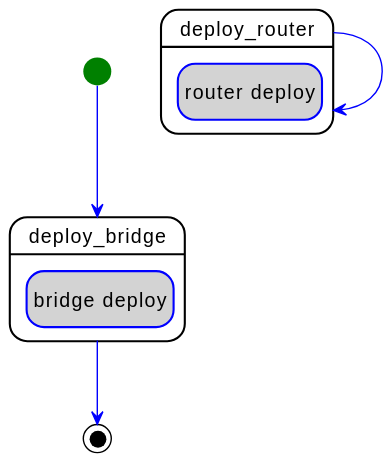
Earlier version of the PlantUML export examples/tosca-community-contributions/diagrams/uml2/examples-1.3-turandot-telephony-network-service-simple-data-plane-simple-data-plane-parallel_deploy-workflow-diagram.svg (Orange-OpenSource/Cloudnet-TOSCA-toolbox). The source it was exported from:
```plantuml
@startuml
hide empty description
skinparam shadowing false
skinparam state {
  ArrowColor blue
  BorderColor blue
  EndColor black
  StartColor green
  BackGroundColor<< step >> white
  BorderColor<< step >> black
  BackGroundColor<< delegate >> lightgrey
  BackGroundColor<< set_state >> white
  BackGroundColor<< call_operation >> lightblue
  BackGroundColor<< inline >> white
}
skinparam ActivityBarColor<<fork>> DarkGreen
skinparam ActivityBarColor<<join>> DarkOrange

state "deploy_router" as step_parallel_deploy_deploy_router << step >> {
  state "router deploy" as step_parallel_deploy_deploy_router_router_deploy << delegate >>
}
state "deploy_bridge" as step_parallel_deploy_deploy_bridge << step >> {
  state "bridge deploy" as step_parallel_deploy_deploy_bridge_bridge_deploy << delegate >>
}
step_parallel_deploy_deploy_router --> step_parallel_deploy_deploy_router
[*] --> step_parallel_deploy_deploy_bridge
step_parallel_deploy_deploy_bridge --> [*]
@enduml
```
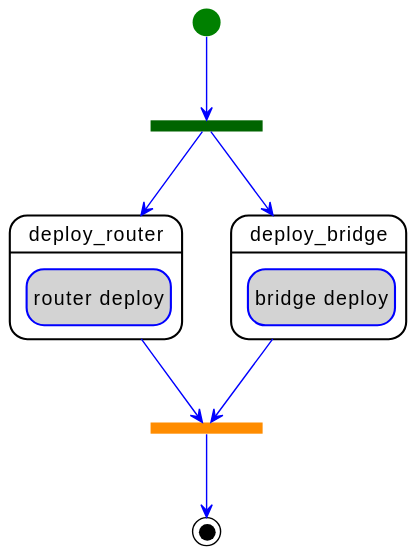
After the change.

Change to the diagram source:
```diff
@@ -22,7 +22,12 @@
 state "deploy_bridge" as step_parallel_deploy_deploy_bridge << step >> {
   state "bridge deploy" as step_parallel_deploy_deploy_bridge_bridge_deploy << delegate >>
 }
-step_parallel_deploy_deploy_router --> step_parallel_deploy_deploy_router
-[*] --> step_parallel_deploy_deploy_bridge
-step_parallel_deploy_deploy_bridge --> [*]
+state parallel_deploy_fork <<fork>>
+[*] --> parallel_deploy_fork
+parallel_deploy_fork --> step_parallel_deploy_deploy_router
+parallel_deploy_fork --> step_parallel_deploy_deploy_bridge
+state parallel_deploy_join <<join>>
+parallel_deploy_join --> [*]
+step_parallel_deploy_deploy_router --> parallel_deploy_join
+step_parallel_deploy_deploy_bridge --> parallel_deploy_join
 @enduml
```
